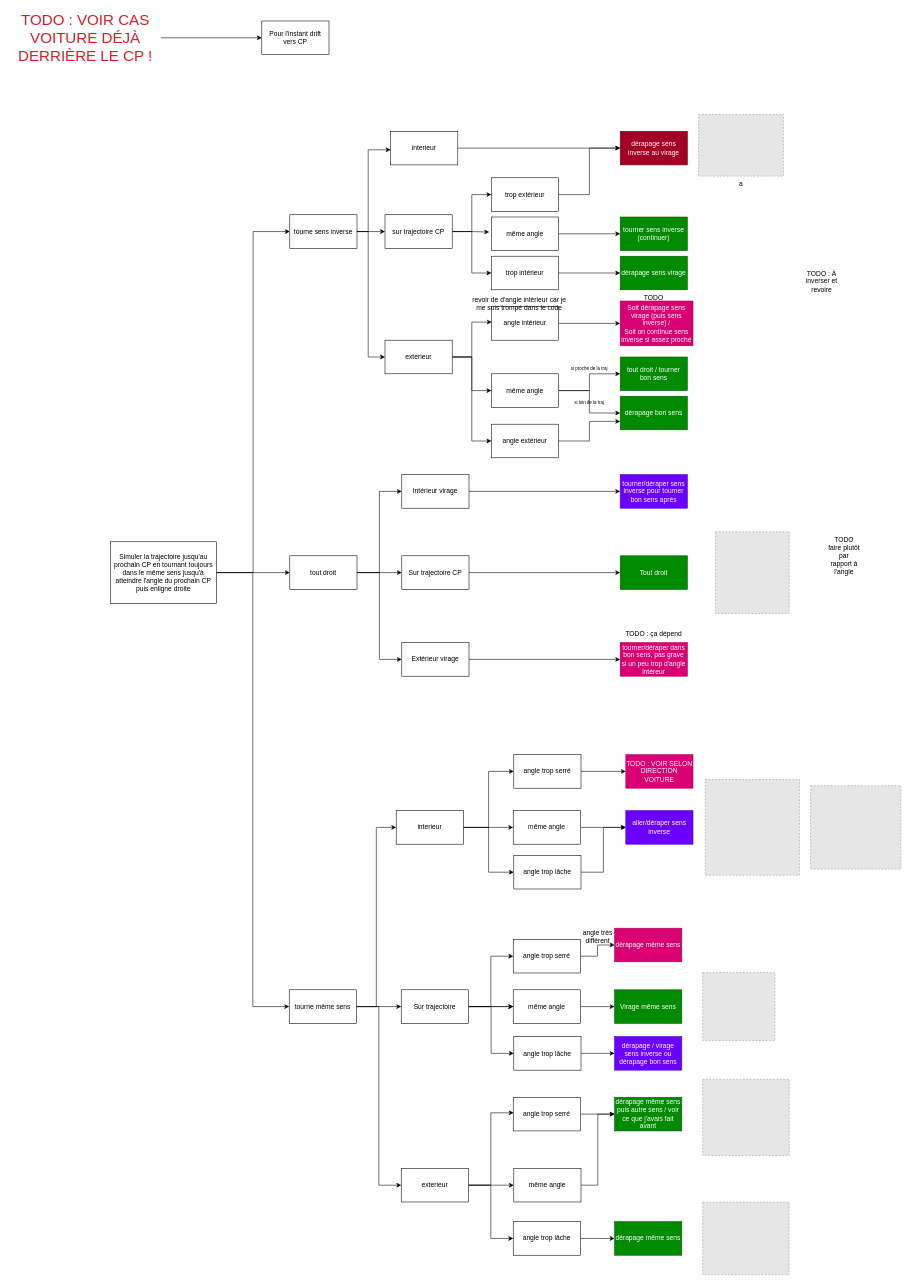
Earlier version of the draw.io diagram src/ia_voiture.drawio (Helazior/voiture). Source tidied: cells renumbered, new cells numbered last; positions are measured from the earlier drawing's top-left corner, leaving out a move shared by most shapes. Both pictures are drawn from the tidied source at 56%, with x=0, y=0 at pixel (10, 10). Pictures stored in the file or linked from it are replaced by grey dashed boxes.
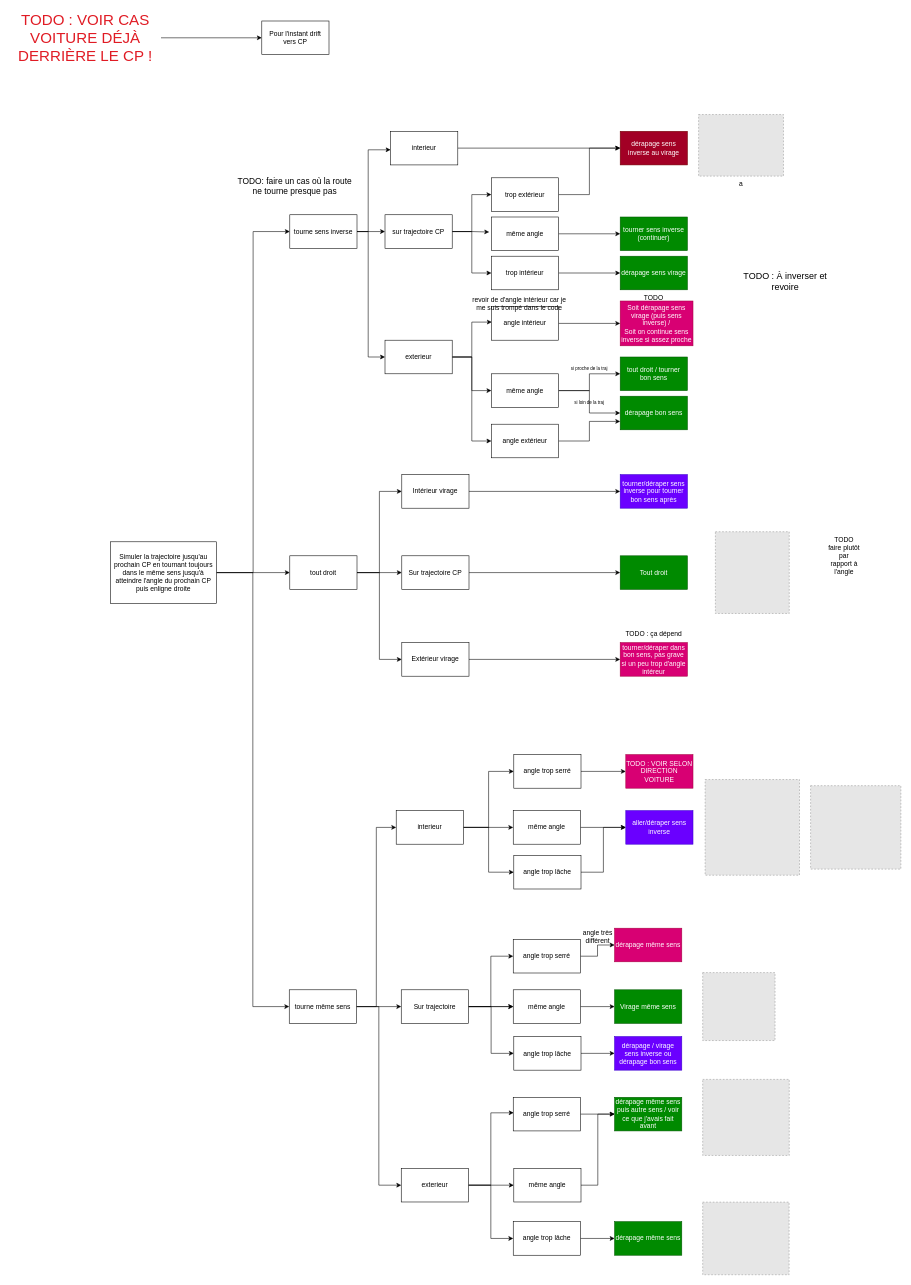
The same page after the edit.

Commit message:
Mettre à jour ia_voiture.drawio

The edit, as a diff of the source:
```diff
@@
-    <mxCell id="112" value="TODO : À inverser et revoire" style="text;strokeColor=none;align=center;fillColor=none;html=1;verticalAlign=middle;whiteSpace=wrap;rounded=0;" parent="1" vertex="1">
-      <mxGeometry x="1420" y="470" width="60" height="30" as="geometry" />
+    <mxCell id="112" value="&lt;font style=&quot;font-size: 16px;&quot;&gt;TODO : À inverser et revoire&lt;/font&gt;" style="text;strokeColor=none;align=center;fillColor=none;html=1;verticalAlign=middle;whiteSpace=wrap;rounded=0;" parent="1" vertex="1">
+      <mxGeometry x="1290" y="470" width="190" height="30" as="geometry" />
     </mxCell>
+    <mxCell id="113" value="&lt;font style=&quot;font-size: 15px;&quot;&gt;TODO: faire un cas où la route ne tourne presque pas&lt;/font&gt;" style="text;strokeColor=none;align=center;fillColor=none;html=1;verticalAlign=middle;whiteSpace=wrap;rounded=0;" parent="1" vertex="1">
+      <mxGeometry x="399" y="300" width="220" height="30" as="geometry" />
+    </mxCell>
```
